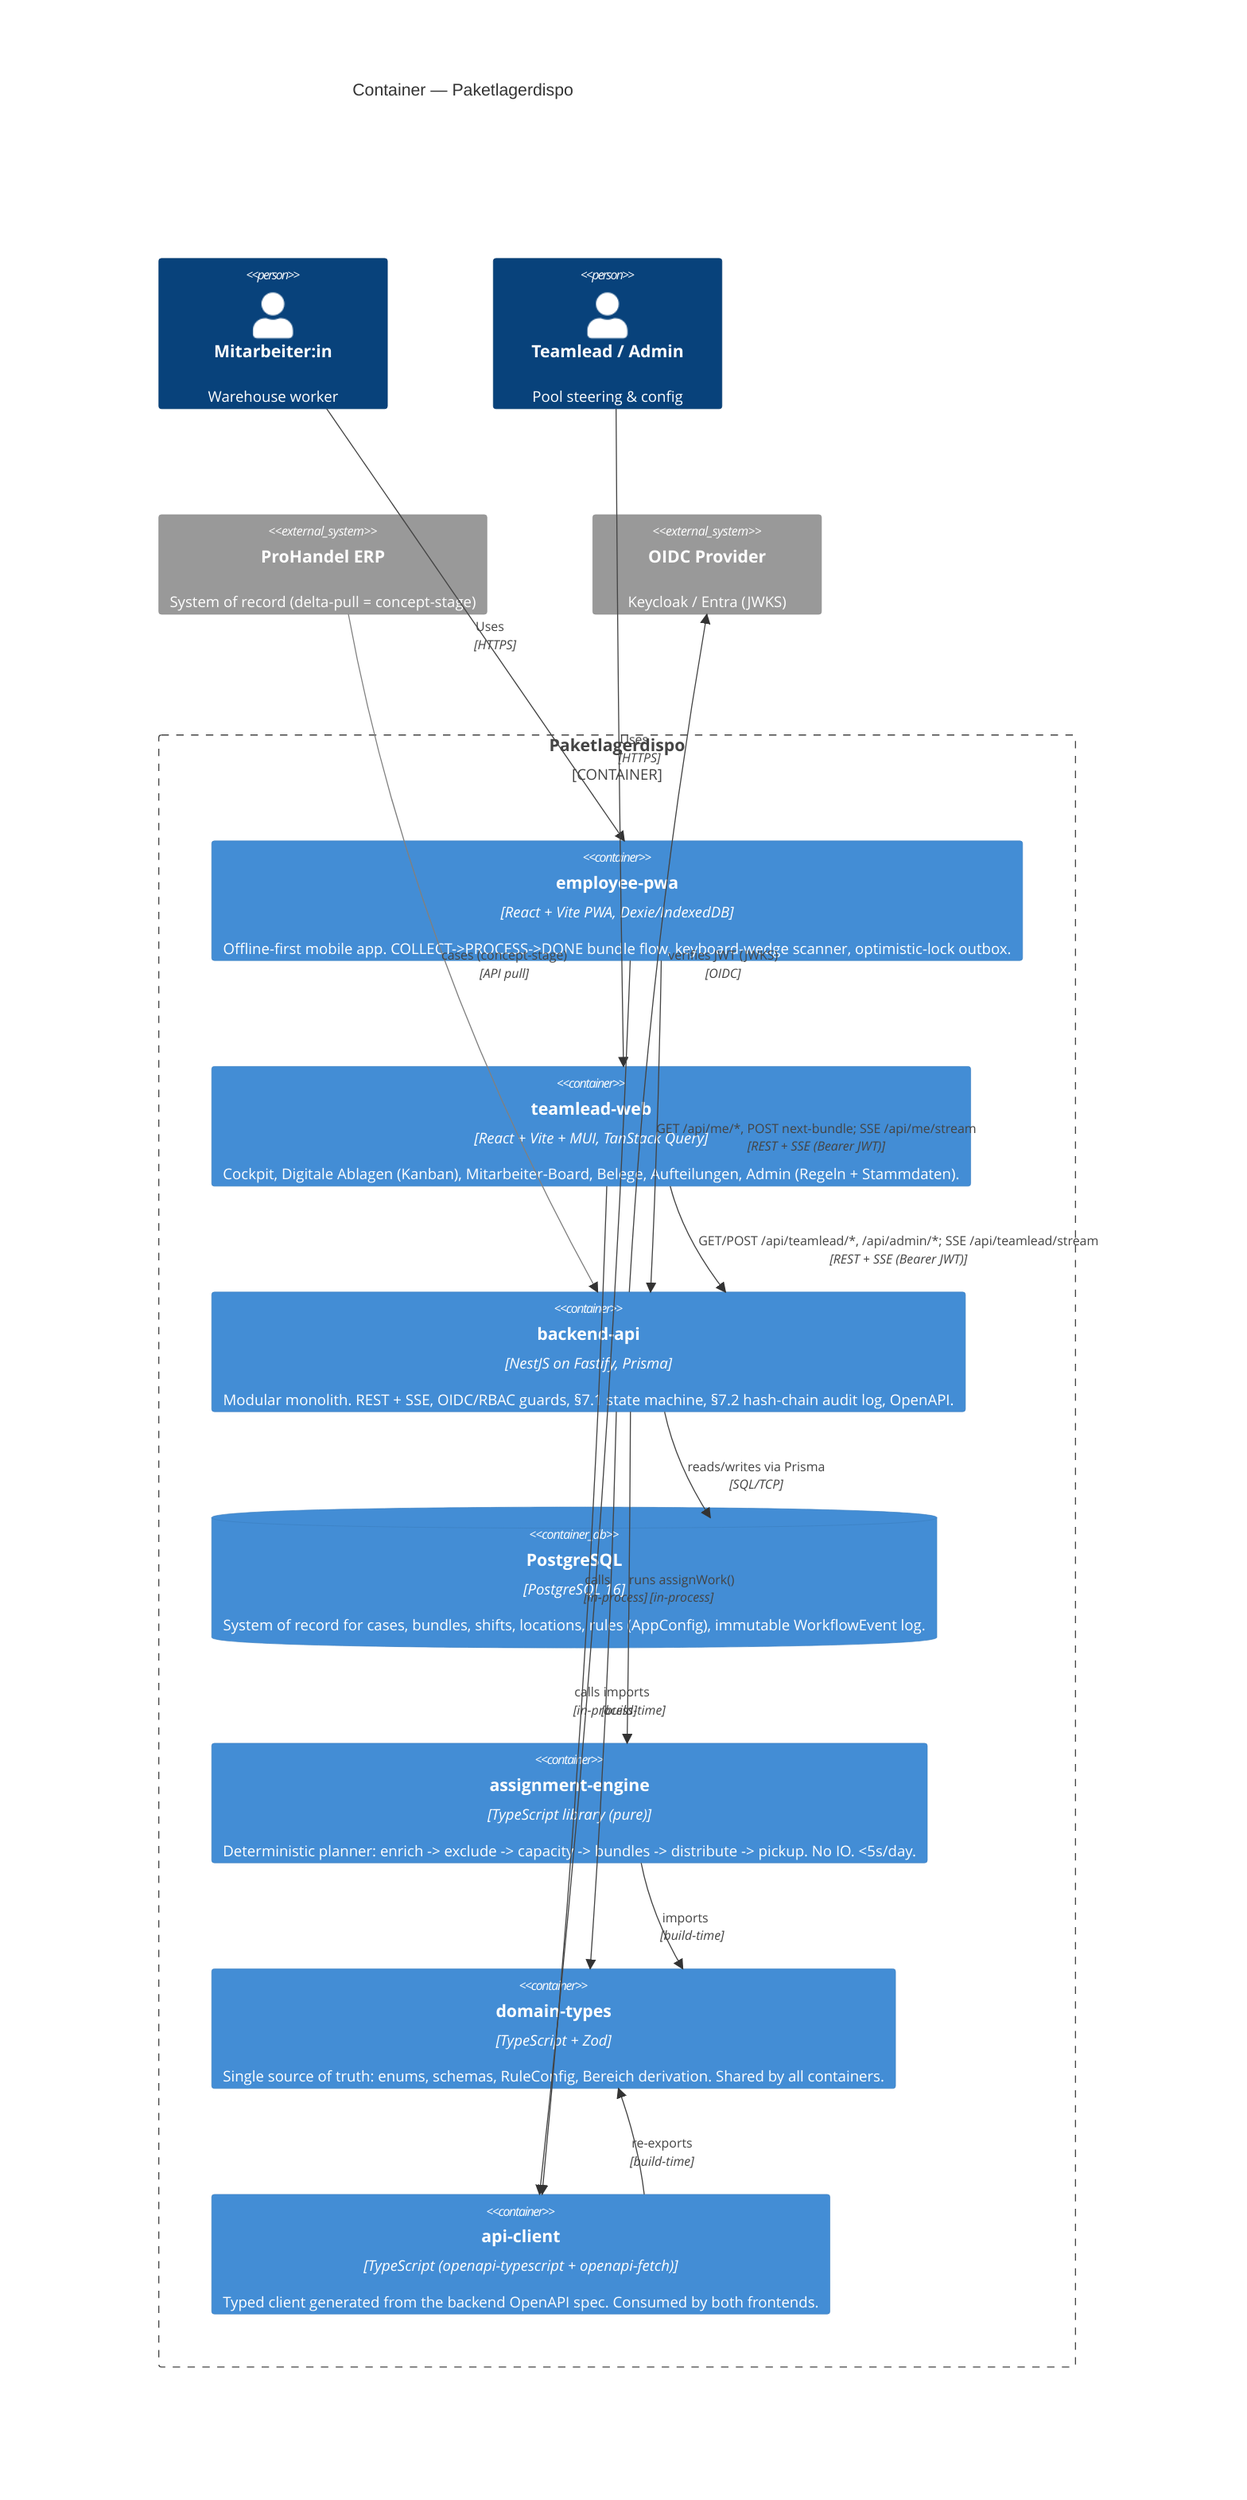
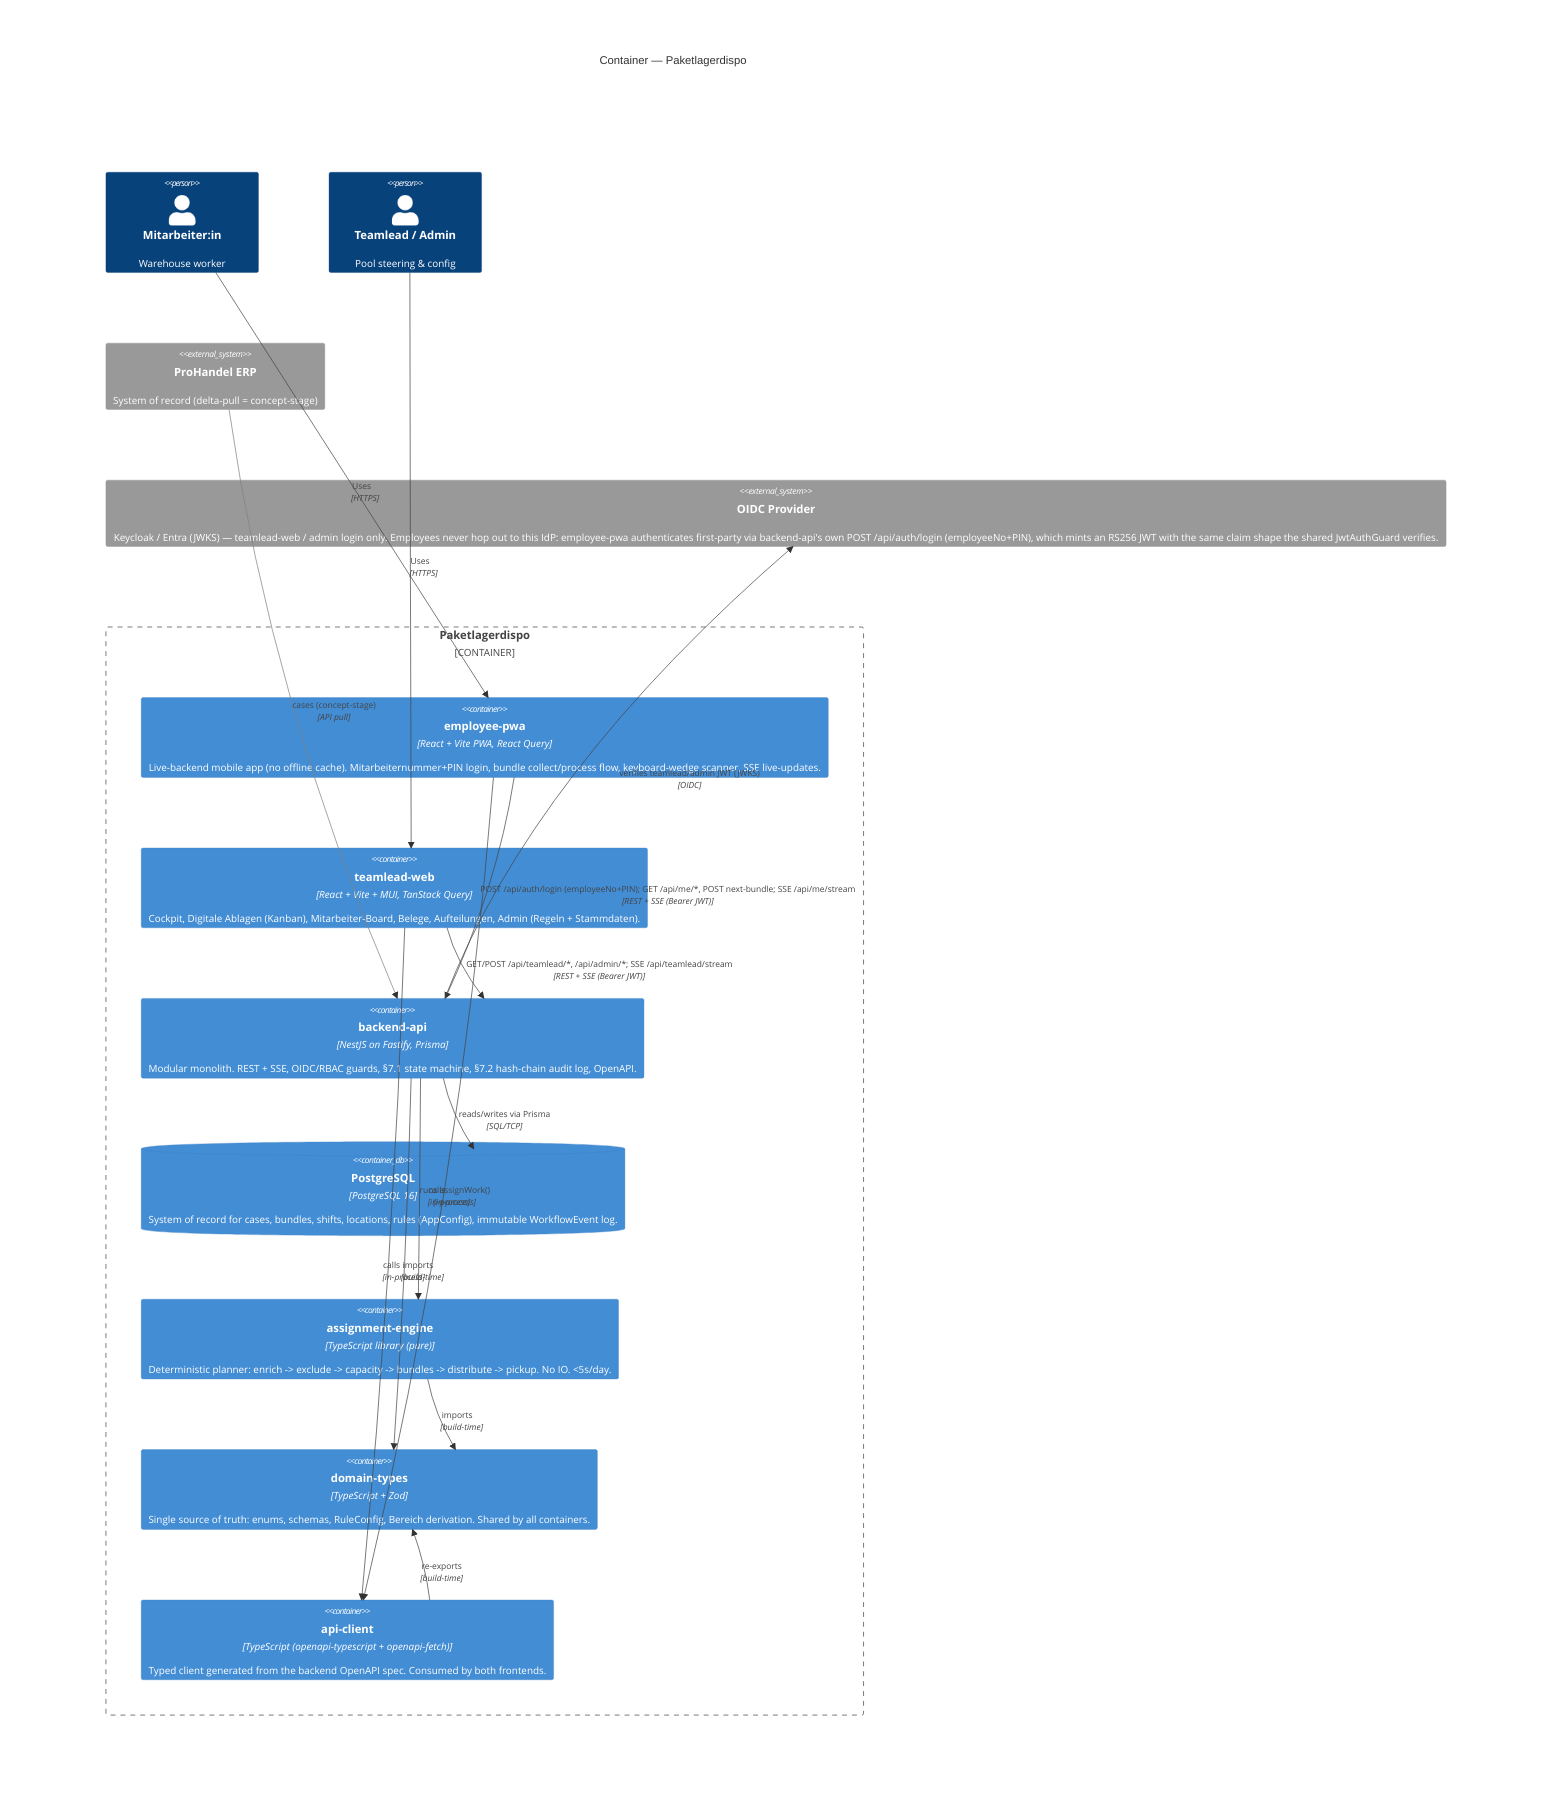
%% C4 Level 2 — Container
%% Verified: apps/{employee-pwa,teamlead-web,backend-api}, packages/{assignment-engine,domain-types,api-client,ui},
%% apps/backend-api/prisma/schema.prisma, docker-compose.yml, apps/*/railway.json.
C4Container
    title Container — Paketlagerdispo

    Person(employee, "Mitarbeiter:in", "Warehouse worker")
    Person(teamlead, "Teamlead / Admin", "Pool steering & config")

    System_Ext(prohandel, "ProHandel ERP", "System of record (delta-pull = concept-stage)")
-     System_Ext(oidc, "OIDC Provider", "Keycloak / Entra (JWKS)")
+     System_Ext(oidc, "OIDC Provider", "Keycloak / Entra (JWKS) — teamlead-web / admin login only. Employees never hop out to this IdP: employee-pwa authenticates first-party via backend-api's own POST /api/auth/login (employeeNo+PIN), which mints an RS256 JWT with the same claim shape the shared JwtAuthGuard verifies.")

    Container_Boundary(paket, "Paketlagerdispo") {
-         Container(pwa, "employee-pwa", "React + Vite PWA, Dexie/IndexedDB", "Offline-first mobile app. COLLECT->PROCESS->DONE bundle flow, keyboard-wedge scanner, optimistic-lock outbox.")
+         Container(pwa, "employee-pwa", "React + Vite PWA, React Query", "Live-backend mobile app (no offline cache). Mitarbeiternummer+PIN login, bundle collect/process flow, keyboard-wedge scanner, SSE live-updates.")
        Container(web, "teamlead-web", "React + Vite + MUI, TanStack Query", "Cockpit, Digitale Ablagen (Kanban), Mitarbeiter-Board, Belege, Aufteilungen, Admin (Regeln + Stammdaten).")
        Container(api, "backend-api", "NestJS on Fastify, Prisma", "Modular monolith. REST + SSE, OIDC/RBAC guards, §7.1 state machine, §7.2 hash-chain audit log, OpenAPI.")
        ContainerDb(db, "PostgreSQL", "PostgreSQL 16", "System of record for cases, bundles, shifts, locations, rules (AppConfig), immutable WorkflowEvent log.")

        Container(engine, "assignment-engine", "TypeScript library (pure)", "Deterministic planner: enrich -> exclude -> capacity -> bundles -> distribute -> pickup. No IO. <5s/day.")
        Container(types, "domain-types", "TypeScript + Zod", "Single source of truth: enums, schemas, RuleConfig, Bereich derivation. Shared by all containers.")
        Container(apiclient, "api-client", "TypeScript (openapi-typescript + openapi-fetch)", "Typed client generated from the backend OpenAPI spec. Consumed by both frontends.")
    }

    Rel(employee, pwa, "Uses", "HTTPS")
    Rel(teamlead, web, "Uses", "HTTPS")

-     Rel(pwa, api, "GET /api/me/*, POST next-bundle; SSE /api/me/stream", "REST + SSE (Bearer JWT)")
+     Rel(pwa, api, "POST /api/auth/login (employeeNo+PIN); GET /api/me/*, POST next-bundle; SSE /api/me/stream", "REST + SSE (Bearer JWT)")
    Rel(web, api, "GET/POST /api/teamlead/*, /api/admin/*; SSE /api/teamlead/stream", "REST + SSE (Bearer JWT)")

    Rel(pwa, apiclient, "calls", "in-process")
    Rel(web, apiclient, "calls", "in-process")
    Rel(api, engine, "runs assignWork()", "in-process")
    Rel(api, db, "reads/writes via Prisma", "SQL/TCP")
-     Rel(api, oidc, "verifies JWT (JWKS)", "OIDC")
+     Rel(api, oidc, "verifies teamlead/admin JWT (JWKS)", "OIDC")
    Rel(prohandel, api, "cases (concept-stage)", "API pull")

    Rel(apiclient, types, "re-exports", "build-time")
    Rel(engine, types, "imports", "build-time")
    Rel(api, types, "imports", "build-time")

    UpdateRelStyle(prohandel, api, $lineColor="grey", $offsetX="-30")
    UpdateLayoutConfig($c4ShapeInRow="3", $c4BoundaryInRow="1")
